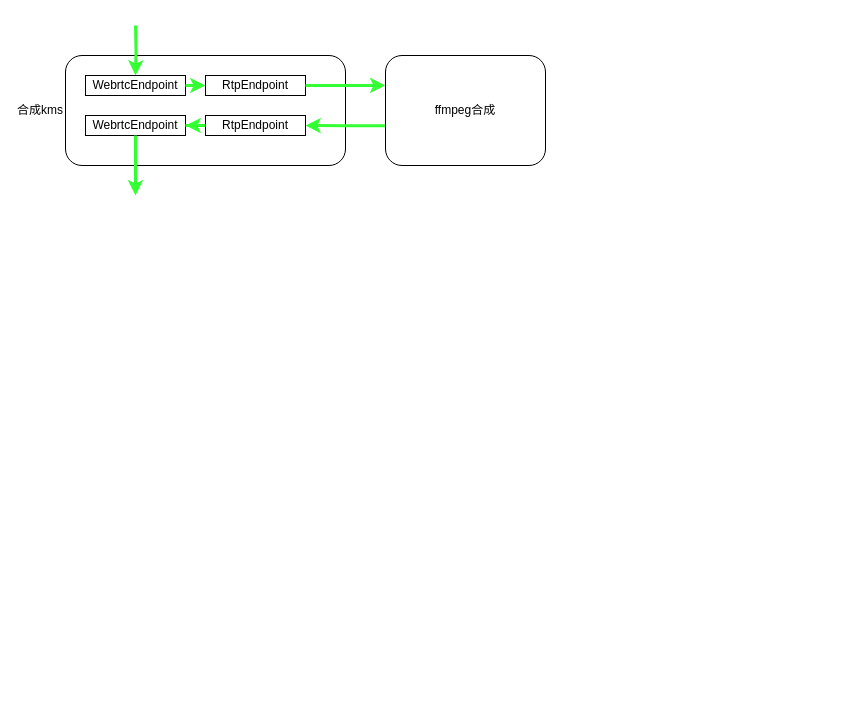
Above: graph/合成方案.drawio in 63isOK/conference_graph (draw.io), before the change. Source tidied: cells renumbered, new cells numbered last; positions are measured from the earlier drawing's top-left corner, leaving out a move shared by most shapes. Both pictures are drawn from the tidied source at 100%, with x=0, y=0 at pixel (65, 25).
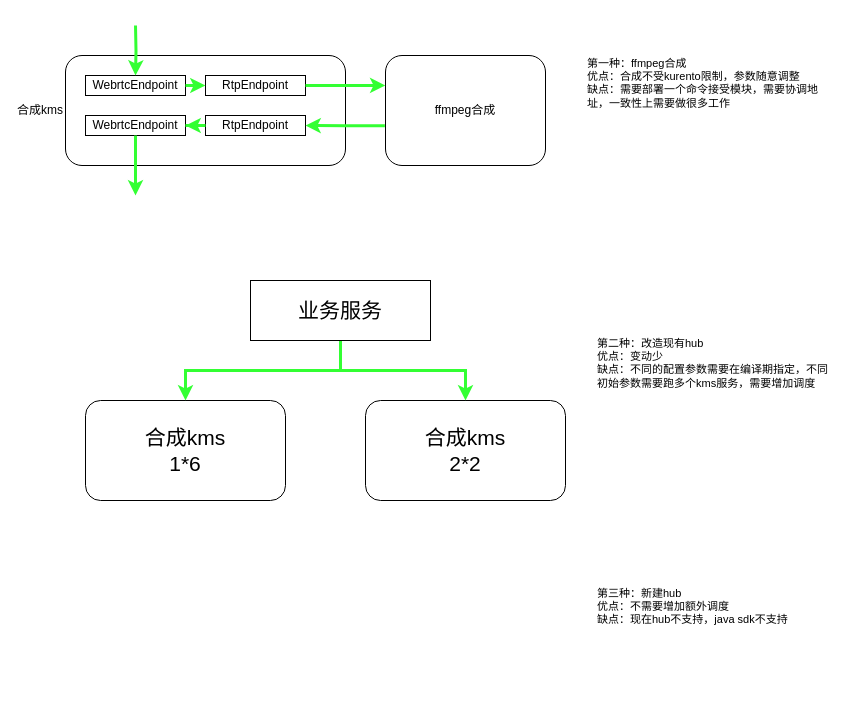
The same page after the edit.

Commit message:
添加3中备选方案

Diff of the diagram source:
```diff
@@
+    <mxCell id="14" value="合成kms&lt;br&gt;1*6&lt;br&gt;" style="rounded=1;whiteSpace=wrap;html=1;fontSize=21;align=center;" parent="1" vertex="1">
+      <mxGeometry x="20" y="375" width="200" height="100" as="geometry" />
+    </mxCell>
+    <mxCell id="15" value="合成kms&lt;br&gt;2*2&lt;br&gt;" style="rounded=1;whiteSpace=wrap;html=1;fontSize=21;align=center;" parent="1" vertex="1">
+      <mxGeometry x="300" y="375" width="200" height="100" as="geometry" />
+    </mxCell>
+    <mxCell id="16" style="edgeStyle=orthogonalEdgeStyle;rounded=0;jettySize=auto;html=1;entryX=0.5;entryY=0;entryDx=0;entryDy=0;strokeColor=#33FF33;strokeWidth=3;fontSize=21;" parent="1" edge="1" source="18" target="14">
+      <mxGeometry relative="1" as="geometry" />
+    </mxCell>
+    <mxCell id="17" style="edgeStyle=orthogonalEdgeStyle;rounded=0;jettySize=auto;html=1;strokeColor=#33FF33;strokeWidth=3;fontSize=21;" parent="1" edge="1" source="18" target="15">
+      <mxGeometry relative="1" as="geometry" />
+    </mxCell>
+    <mxCell id="18" value="业务服务" style="rounded=0;whiteSpace=wrap;html=1;fontSize=21;align=center;" parent="1" vertex="1">
+      <mxGeometry x="185" y="255" width="180" height="60" as="geometry" />
+    </mxCell>
+    <mxCell id="19" value="第一种：ffmpeg合成&lt;br&gt;优点：合成不受kurento限制，参数随意调整&lt;br&gt;缺点：需要部署一个命令接受模块，需要协调地址，一致性上需要做很多工作&lt;br&gt;" style="text;html=1;strokeColor=none;fillColor=none;align=left;verticalAlign=top;whiteSpace=wrap;rounded=0;fontSize=11;" parent="1" vertex="1">
+      <mxGeometry x="520" y="25" width="240" height="120" as="geometry" />
+    </mxCell>
+    <mxCell id="20" value="第二种：改造现有hub&lt;br&gt;优点：变动少&lt;br&gt;缺点：不同的配置参数需要在编译期指定，不同初始参数需要跑多个kms服务，需要增加调度&lt;br&gt;" style="text;html=1;strokeColor=none;fillColor=none;align=left;verticalAlign=top;whiteSpace=wrap;rounded=0;fontSize=11;" parent="1" vertex="1">
+      <mxGeometry x="530" y="305" width="240" height="120" as="geometry" />
+    </mxCell>
+    <mxCell id="21" value="第三种：新建hub&lt;br&gt;优点：不需要增加额外调度&lt;br&gt;缺点：现在hub不支持，java sdk不支持&lt;br&gt;" style="text;html=1;strokeColor=none;fillColor=none;align=left;verticalAlign=top;whiteSpace=wrap;rounded=0;fontSize=11;" parent="1" vertex="1">
+      <mxGeometry x="530" y="555" width="240" height="120" as="geometry" />
+    </mxCell>
```
